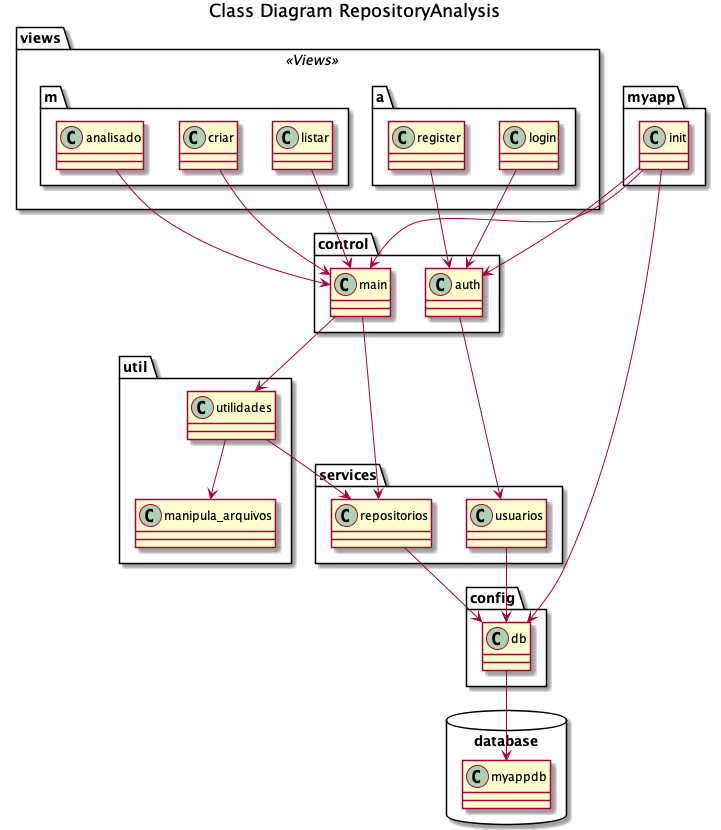
This is out/docs/architecture_overview/Class Diagram RepositoryAnalysis.png from myplayareas/ppc, a PlantUML export, as it was before one commit.
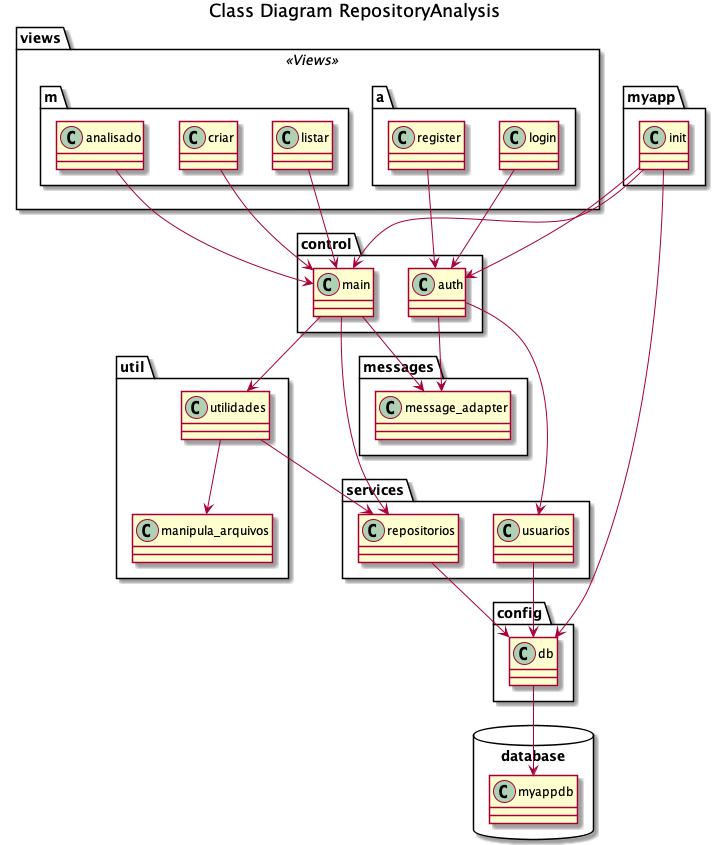
Above is the later version.

The edit, as a diff of the source:
```diff
@@ -28,6 +28,10 @@
   class myappdb
 }
 
+package messages <<Folder>> {
+  class message_adapter
+}
+
 package views <<Views>> {
   package m <<Folder>> {
     class listar
@@ -49,9 +53,11 @@
 main --> repositorios
 repositorios --> db
 main --> utilidades
+main --> message_adapter
 utilidades --> manipula_arquivos
 utilidades --> repositorios
 auth --> usuarios
+auth --> message_adapter
 usuarios --> db
 listar --> main
 criar --> main
```
